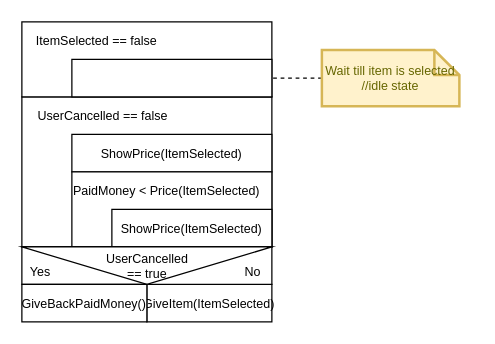
This is psd/Opdracht3.drawio from JochemGrootherder/educom-essentials, a draw.io file, before an edit. Source tidied: cells renumbered, new cells numbered last; positions are measured from the earlier drawing's top-left corner, leaving out a move shared by most shapes. Both pictures are drawn from the tidied source at 125%, with x=0, y=0 at pixel (21, 21).
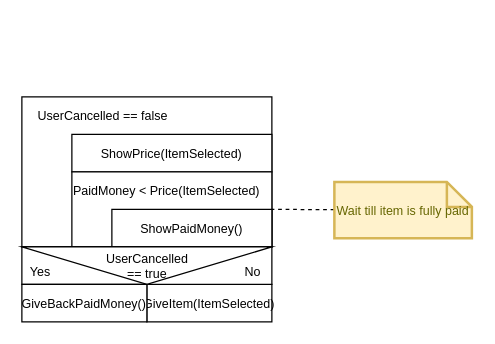
The same diagram, later.

Commit message:
Removed waiting for selection as PSD always starts with an input signal, which is in this case item selection

Unchanged cells that the change refers to:
```xml
<mxCell id="6" style="group;fontSize=10;" parent="1" vertex="1">
  <mxGeometry x="40" y="90" width="160" height="90" as="geometry" />
</mxCell>
```

What changed in the source:
```diff
@@
-    <mxCell id="3" style="whiteSpace=wrap;html=1;fontSize=10;" parent="1" vertex="1">
-      <mxGeometry width="200" height="60" as="geometry" />
-    </mxCell>
-    <mxCell id="4" value="ItemSelected == false" style="text;html=1;strokeColor=none;fillColor=none;align=center;verticalAlign=middle;whiteSpace=wrap;rounded=0;fontSize=10;" parent="1" vertex="1">
-      <mxGeometry width="120" height="30" as="geometry" />
-    </mxCell>
-    <mxCell id="5" style="whiteSpace=wrap;html=1;fontSize=10;" parent="1" vertex="1">
-      <mxGeometry x="40" y="30" width="160" height="30" as="geometry" />
-    </mxCell>
@@
-    <mxCell id="9" value="ShowPrice(ItemSelected)" style="whiteSpace=wrap;html=1;fontSize=10;" parent="6" vertex="1">
+    <mxCell id="9" value="ShowPaidMoney()" style="whiteSpace=wrap;html=1;fontSize=10;" parent="6" vertex="1">
       <mxGeometry x="32" y="60" width="128" height="30" as="geometry" />
     </mxCell>
@@
-    <mxCell id="19" style="edgeStyle=none;html=1;fontSize=10;dashed=1;endArrow=none;endFill=0;" parent="1" edge="1" source="20" target="5">
+    <mxCell id="19" style="edgeStyle=none;html=1;fontSize=10;dashed=1;endArrow=none;endFill=0;entryX=1;entryY=0;entryDx=0;entryDy=0;" parent="1" edge="1" source="20" target="9">
       <mxGeometry relative="1" as="geometry" />
     </mxCell>
-    <mxCell id="20" value="Wait till item is selected&lt;br&gt;//idle state" style="shape=note;strokeWidth=2;fontSize=10;size=20;whiteSpace=wrap;html=1;fillColor=#fff2cc;strokeColor=#d6b656;fontColor=#666600;" parent="1" vertex="1">
-      <mxGeometry x="240" y="22.5" width="110" height="45" as="geometry" />
+    <mxCell id="20" value="Wait till item is fully paid" style="shape=note;strokeWidth=2;fontSize=10;size=20;whiteSpace=wrap;html=1;fillColor=#fff2cc;strokeColor=#d6b656;fontColor=#666600;" parent="1" vertex="1">
+      <mxGeometry x="250" y="128" width="110" height="45" as="geometry" />
     </mxCell>
```
